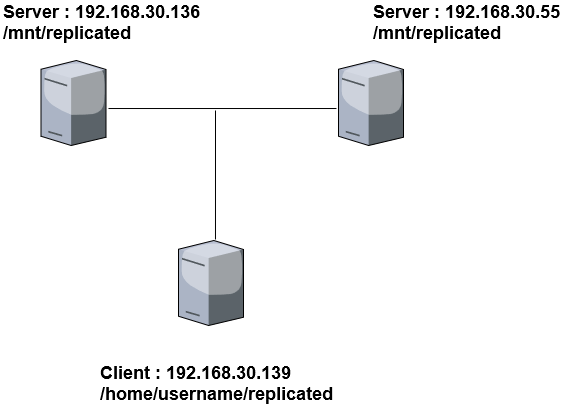
nthung98/Tong_Hop_Note keeps this draw.io diagram as Linux/Glusterfs/img/glusterfs_replicate.png. Above is the earlier version. Source tidied: cells renumbered, new cells last; positions are measured from the earlier drawing's top-left corner, leaving out a move shared by most shapes.
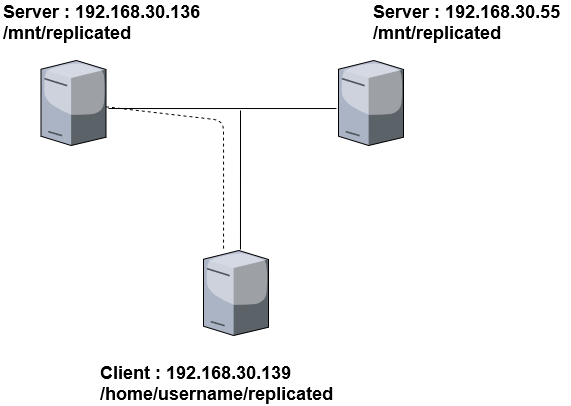
Later version of the same file.

The edit, as a diff of the source:
```diff
@@ -9,14 +9,14 @@
       <mxGeometry x="338" y="60" width="65" height="85" as="geometry" />
     </mxCell>
     <mxCell id="4" style="verticalLabelPosition=bottom;html=1;verticalAlign=top;strokeColor=none;shape=mxgraph.citrix.tower_server;rounded=0;shadow=0;comic=0;fontFamily=Verdana;" parent="1" vertex="1">
-      <mxGeometry x="178" y="240" width="65" height="85" as="geometry" />
+      <mxGeometry x="203" y="250" width="65" height="85" as="geometry" />
     </mxCell>
     <mxCell id="5" style="endArrow=none;html=1;entryX=-0.031;entryY=0.565;entryDx=0;entryDy=0;entryPerimeter=0;exitX=1.038;exitY=0.565;exitDx=0;exitDy=0;exitPerimeter=0;" parent="1" edge="1" source="2" target="3">
       <mxGeometry relative="1" as="geometry" />
     </mxCell>
     <mxCell id="6" style="endArrow=none;html=1;exitX=0.569;exitY=-0.012;exitDx=0;exitDy=0;exitPerimeter=0;" parent="1" edge="1" source="4">
       <mxGeometry relative="1" as="geometry">
-        <mxPoint x="215" y="110" as="targetPoint" />
+        <mxPoint x="240" y="110" as="targetPoint" />
       </mxGeometry>
     </mxCell>
     <mxCell id="7" value="&lt;div style=&quot;font-size: 18px&quot;&gt;&lt;font style=&quot;font-size: 18px&quot;&gt;&lt;b&gt;&lt;font style=&quot;font-size: 18px&quot;&gt;Server : 192.168.30.136&lt;/font&gt;&lt;/b&gt;&lt;/font&gt;&lt;/div&gt;&lt;div style=&quot;font-size: 18px&quot;&gt;&lt;font style=&quot;font-size: 18px&quot;&gt;&lt;b&gt;&lt;font style=&quot;font-size: 18px&quot;&gt;/mnt/replicated&lt;br&gt;&lt;/font&gt;&lt;/b&gt;&lt;/font&gt;&lt;/div&gt;" style="text;html=1;align=left;verticalAlign=top;spacingTop=-4;" parent="1" vertex="1">
@@ -28,5 +28,12 @@
     <mxCell id="9" value="&lt;div style=&quot;font-size: 18px&quot;&gt;&lt;b&gt;&lt;font style=&quot;font-size: 18px&quot;&gt;Client : 192.168.30.139&lt;/font&gt;&lt;/b&gt;&lt;/div&gt;&lt;div style=&quot;font-size: 18px&quot;&gt;&lt;b&gt;&lt;font style=&quot;font-size: 18px&quot;&gt;/home/username/replicated&lt;br&gt;&lt;/font&gt;&lt;/b&gt;&lt;/div&gt;" style="text;html=1;align=left;verticalAlign=top;spacingTop=-4;" parent="1" vertex="1">
       <mxGeometry x="98" y="361" width="250" height="30" as="geometry" />
     </mxCell>
+    <mxCell id="10" style="endArrow=none;dashed=1;html=1;entryX=0.308;entryY=0;entryDx=0;entryDy=0;entryPerimeter=0;" parent="1" edge="1" source="2" target="4">
+      <mxGeometry relative="1" as="geometry">
+        <Array as="points">
+          <mxPoint x="223" y="120" />
+        </Array>
+      </mxGeometry>
+    </mxCell>
   </root>
 </mxGraphModel>
```
